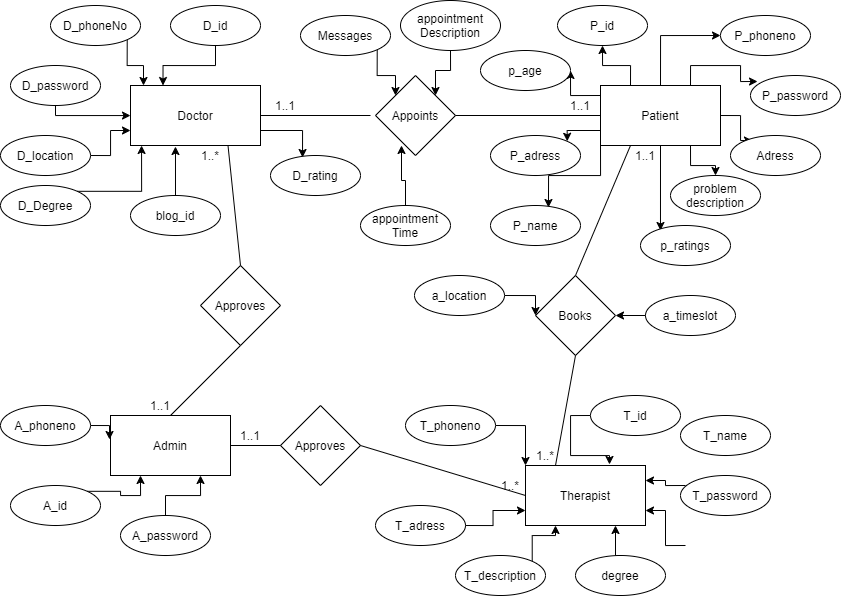
The draw.io diagram Untitled Diagram.png in PlabonKumarsaha/Autism_Care, before a commit. Source tidied: cells renumbered, new cells last; positions are measured from the earlier drawing's top-left corner, leaving out a move shared by most shapes. The source it was exported from:
```xml
<mxGraphModel>
  <root>
    <mxCell id="0" />
    <mxCell id="1" parent="0" />
    <mxCell id="2" style="edgeStyle=orthogonalEdgeStyle;rounded=0;jettySize=auto;html=1;exitX=1;exitY=0.75;exitDx=0;exitDy=0;entryX=0.356;entryY=0.05;entryDx=0;entryDy=0;entryPerimeter=0;" parent="1" edge="1" source="3" target="30">
      <mxGeometry relative="1" as="geometry" />
    </mxCell>
    <mxCell id="3" value="Doctor" style="rounded=0;whiteSpace=wrap;html=1;" parent="1" vertex="1">
      <mxGeometry x="130" y="85" width="130" height="60" as="geometry" />
    </mxCell>
    <mxCell id="4" style="edgeStyle=orthogonalEdgeStyle;rounded=0;jettySize=auto;html=1;exitX=0.25;exitY=0;exitDx=0;exitDy=0;entryX=0.5;entryY=1;entryDx=0;entryDy=0;" parent="1" edge="1" source="12" target="40">
      <mxGeometry relative="1" as="geometry" />
    </mxCell>
    <mxCell id="5" style="edgeStyle=orthogonalEdgeStyle;rounded=0;jettySize=auto;html=1;exitX=0.5;exitY=0;exitDx=0;exitDy=0;entryX=0;entryY=0.5;entryDx=0;entryDy=0;" parent="1" edge="1" source="12" target="45">
      <mxGeometry relative="1" as="geometry" />
    </mxCell>
    <mxCell id="6" style="edgeStyle=orthogonalEdgeStyle;rounded=0;jettySize=auto;html=1;exitX=0.75;exitY=0;exitDx=0;exitDy=0;entryX=0.078;entryY=0.15;entryDx=0;entryDy=0;entryPerimeter=0;" parent="1" edge="1" source="12" target="44">
      <mxGeometry relative="1" as="geometry" />
    </mxCell>
    <mxCell id="7" style="edgeStyle=orthogonalEdgeStyle;rounded=0;jettySize=auto;html=1;exitX=1;exitY=0.5;exitDx=0;exitDy=0;entryX=0.244;entryY=0.125;entryDx=0;entryDy=0;entryPerimeter=0;" parent="1" edge="1" source="12" target="46">
      <mxGeometry relative="1" as="geometry" />
    </mxCell>
    <mxCell id="8" style="edgeStyle=orthogonalEdgeStyle;rounded=0;jettySize=auto;html=1;exitX=0.75;exitY=1;exitDx=0;exitDy=0;" parent="1" edge="1" source="12" target="43">
      <mxGeometry relative="1" as="geometry" />
    </mxCell>
    <mxCell id="9" style="edgeStyle=orthogonalEdgeStyle;rounded=0;jettySize=auto;html=1;exitX=0.5;exitY=1;exitDx=0;exitDy=0;entryX=0.222;entryY=0.125;entryDx=0;entryDy=0;entryPerimeter=0;" parent="1" edge="1" source="12" target="48">
      <mxGeometry relative="1" as="geometry" />
    </mxCell>
    <mxCell id="10" style="edgeStyle=orthogonalEdgeStyle;rounded=0;jettySize=auto;html=1;exitX=0;exitY=0.75;exitDx=0;exitDy=0;entryX=1;entryY=0;entryDx=0;entryDy=0;" parent="1" edge="1" source="12" target="47">
      <mxGeometry relative="1" as="geometry" />
    </mxCell>
    <mxCell id="11" style="edgeStyle=orthogonalEdgeStyle;rounded=0;jettySize=auto;html=1;exitX=0;exitY=1;exitDx=0;exitDy=0;entryX=0.644;entryY=0.05;entryDx=0;entryDy=0;entryPerimeter=0;" parent="1" edge="1" source="12" target="42">
      <mxGeometry relative="1" as="geometry" />
    </mxCell>
    <mxCell id="12" value="Patient" style="rounded=0;whiteSpace=wrap;html=1;" parent="1" vertex="1">
      <mxGeometry x="600" y="85" width="120" height="60" as="geometry" />
    </mxCell>
    <mxCell id="13" value="Admin" style="rounded=0;whiteSpace=wrap;html=1;" parent="1" vertex="1">
      <mxGeometry x="110" y="415" width="120" height="60" as="geometry" />
    </mxCell>
    <mxCell id="14" value="Therapist" style="rounded=0;whiteSpace=wrap;html=1;" parent="1" vertex="1">
      <mxGeometry x="525" y="465" width="120" height="60" as="geometry" />
    </mxCell>
    <mxCell id="15" value="Appoints" style="rhombus;whiteSpace=wrap;html=1;" parent="1" vertex="1">
      <mxGeometry x="375" y="75" width="80" height="80" as="geometry" />
    </mxCell>
    <mxCell id="16" style="endArrow=none;html=1;exitX=1;exitY=0.5;exitDx=0;exitDy=0;" parent="1" edge="1" source="3">
      <mxGeometry relative="1" as="geometry">
        <mxPoint x="370" y="115" as="targetPoint" />
      </mxGeometry>
    </mxCell>
    <mxCell id="17" style="endArrow=none;html=1;exitX=1;exitY=0.5;exitDx=0;exitDy=0;entryX=0;entryY=0.5;entryDx=0;entryDy=0;" parent="1" edge="1" source="15" target="12">
      <mxGeometry relative="1" as="geometry" />
    </mxCell>
    <mxCell id="18" style="edgeStyle=orthogonalEdgeStyle;rounded=0;jettySize=auto;html=1;exitX=1;exitY=1;exitDx=0;exitDy=0;entryX=0.1;entryY=0;entryDx=0;entryDy=0;entryPerimeter=0;" parent="1" edge="1" source="19" target="3">
      <mxGeometry relative="1" as="geometry" />
    </mxCell>
    <mxCell id="19" value="D_phoneNo" style="ellipse;whiteSpace=wrap;html=1;" parent="1" vertex="1">
      <mxGeometry x="50" y="5" width="90" height="40" as="geometry" />
    </mxCell>
    <mxCell id="20" style="edgeStyle=orthogonalEdgeStyle;rounded=0;jettySize=auto;html=1;exitX=0.5;exitY=1;exitDx=0;exitDy=0;entryX=0.25;entryY=0;entryDx=0;entryDy=0;" parent="1" edge="1" source="21" target="3">
      <mxGeometry relative="1" as="geometry" />
    </mxCell>
    <mxCell id="21" value="D_id" style="ellipse;whiteSpace=wrap;html=1;" parent="1" vertex="1">
      <mxGeometry x="170" y="5" width="90" height="40" as="geometry" />
    </mxCell>
    <mxCell id="22" style="edgeStyle=orthogonalEdgeStyle;rounded=0;jettySize=auto;html=1;exitX=0.5;exitY=1;exitDx=0;exitDy=0;" parent="1" edge="1" source="23" target="3">
      <mxGeometry relative="1" as="geometry">
        <Array as="points">
          <mxPoint x="55" y="115" />
        </Array>
      </mxGeometry>
    </mxCell>
    <mxCell id="23" value="D_password" style="ellipse;whiteSpace=wrap;html=1;" parent="1" vertex="1">
      <mxGeometry x="10" y="65" width="90" height="40" as="geometry" />
    </mxCell>
    <mxCell id="24" style="edgeStyle=orthogonalEdgeStyle;rounded=0;jettySize=auto;html=1;exitX=1;exitY=0.5;exitDx=0;exitDy=0;entryX=0;entryY=0.75;entryDx=0;entryDy=0;" parent="1" edge="1" source="25" target="3">
      <mxGeometry relative="1" as="geometry" />
    </mxCell>
    <mxCell id="25" value="D_location&lt;span style=&quot;color: rgba(0 , 0 , 0 , 0) ; font-family: monospace ; font-size: 0px ; white-space: nowrap&quot;&gt;%3CmxGraphModel%3E%3Croot%3E%3CmxCell%20id%3D%220%22%2F%3E%3CmxCell%20id%3D%221%22%20parent%3D%220%22%2F%3E%3CmxCell%20id%3D%222%22%20value%3D%22%22%20style%3D%22ellipse%3BwhiteSpace%3Dwrap%3Bhtml%3D1%3B%22%20vertex%3D%221%22%20parent%3D%221%22%3E%3CmxGeometry%20x%3D%2250%22%20y%3D%2220%22%20width%3D%2290%22%20height%3D%2240%22%20as%3D%22geometry%22%2F%3E%3C%2FmxCell%3E%3C%2Froot%3E%3C%2FmxGraphModel%3E&lt;/span&gt;" style="ellipse;whiteSpace=wrap;html=1;" parent="1" vertex="1">
      <mxGeometry y="135" width="90" height="40" as="geometry" />
    </mxCell>
    <mxCell id="26" style="edgeStyle=orthogonalEdgeStyle;rounded=0;jettySize=auto;html=1;exitX=1;exitY=0;exitDx=0;exitDy=0;entryX=0.085;entryY=1;entryDx=0;entryDy=0;entryPerimeter=0;" parent="1" edge="1" source="27" target="3">
      <mxGeometry relative="1" as="geometry" />
    </mxCell>
    <mxCell id="27" value="D_Degree" style="ellipse;whiteSpace=wrap;html=1;" parent="1" vertex="1">
      <mxGeometry y="185" width="90" height="40" as="geometry" />
    </mxCell>
    <mxCell id="28" style="edgeStyle=orthogonalEdgeStyle;rounded=0;jettySize=auto;html=1;exitX=0.5;exitY=0;exitDx=0;exitDy=0;entryX=0.346;entryY=1.017;entryDx=0;entryDy=0;entryPerimeter=0;" parent="1" edge="1" source="29" target="3">
      <mxGeometry relative="1" as="geometry" />
    </mxCell>
    <mxCell id="29" value="blog_id" style="ellipse;whiteSpace=wrap;html=1;" parent="1" vertex="1">
      <mxGeometry x="130" y="195" width="90" height="40" as="geometry" />
    </mxCell>
    <mxCell id="30" value="D_rating" style="ellipse;whiteSpace=wrap;html=1;" parent="1" vertex="1">
      <mxGeometry x="270" y="155" width="90" height="40" as="geometry" />
    </mxCell>
    <mxCell id="31" style="edgeStyle=orthogonalEdgeStyle;rounded=0;jettySize=auto;html=1;exitX=1;exitY=1;exitDx=0;exitDy=0;entryX=0;entryY=0;entryDx=0;entryDy=0;" parent="1" edge="1" source="32" target="15">
      <mxGeometry relative="1" as="geometry" />
    </mxCell>
    <mxCell id="32" value="Messages" style="ellipse;whiteSpace=wrap;html=1;" parent="1" vertex="1">
      <mxGeometry x="300" y="15" width="90" height="40" as="geometry" />
    </mxCell>
    <mxCell id="33" style="edgeStyle=orthogonalEdgeStyle;rounded=0;jettySize=auto;html=1;exitX=0.5;exitY=0;exitDx=0;exitDy=0;entryX=0.325;entryY=0.875;entryDx=0;entryDy=0;entryPerimeter=0;" parent="1" edge="1" source="34" target="15">
      <mxGeometry relative="1" as="geometry" />
    </mxCell>
    <mxCell id="34" value="appointment Time" style="ellipse;whiteSpace=wrap;html=1;" parent="1" vertex="1">
      <mxGeometry x="360" y="205" width="90" height="40" as="geometry" />
    </mxCell>
    <mxCell id="35" style="edgeStyle=orthogonalEdgeStyle;rounded=0;jettySize=auto;html=1;exitX=0.5;exitY=1;exitDx=0;exitDy=0;entryX=1;entryY=0;entryDx=0;entryDy=0;" parent="1" edge="1" source="36" target="15">
      <mxGeometry relative="1" as="geometry" />
    </mxCell>
    <mxCell id="36" value="appointment&lt;br&gt;Description" style="ellipse;whiteSpace=wrap;html=1;" parent="1" vertex="1">
      <mxGeometry x="400" width="100" height="50" as="geometry" />
    </mxCell>
    <mxCell id="37" value="1..1" style="text;html=1;strokeColor=none;fillColor=none;align=center;verticalAlign=middle;whiteSpace=wrap;rounded=0;" parent="1" vertex="1">
      <mxGeometry x="265" y="95" width="40" height="20" as="geometry" />
    </mxCell>
    <mxCell id="38" style="edgeStyle=orthogonalEdgeStyle;rounded=0;jettySize=auto;html=1;exitX=1;exitY=0;exitDx=0;exitDy=0;entryX=1;entryY=0.5;entryDx=0;entryDy=0;" parent="1" edge="1" source="39" target="41">
      <mxGeometry relative="1" as="geometry" />
    </mxCell>
    <mxCell id="39" value="1..1" style="text;html=1;strokeColor=none;fillColor=none;align=center;verticalAlign=middle;whiteSpace=wrap;rounded=0;" parent="1" vertex="1">
      <mxGeometry x="560" y="95" width="40" height="20" as="geometry" />
    </mxCell>
    <mxCell id="40" value="P_id" style="ellipse;whiteSpace=wrap;html=1;" parent="1" vertex="1">
      <mxGeometry x="557" y="5" width="90" height="40" as="geometry" />
    </mxCell>
    <mxCell id="41" value="p_age&lt;span style=&quot;color: rgba(0 , 0 , 0 , 0) ; font-family: monospace ; font-size: 0px ; white-space: nowrap&quot;&gt;%3CmxGraphModel%3E%3Croot%3E%3CmxCell%20id%3D%220%22%2F%3E%3CmxCell%20id%3D%221%22%20parent%3D%220%22%2F%3E%3CmxCell%20id%3D%222%22%20value%3D%22%22%20style%3D%22ellipse%3BwhiteSpace%3Dwrap%3Bhtml%3D1%3B%22%20vertex%3D%221%22%20parent%3D%221%22%3E%3CmxGeometry%20x%3D%2250%22%20y%3D%2220%22%20width%3D%2290%22%20height%3D%2240%22%20as%3D%22geometry%22%2F%3E%3C%2FmxCell%3E%3C%2Froot%3E%3C%2FmxGraphModel%3E&lt;/span&gt;" style="ellipse;whiteSpace=wrap;html=1;" parent="1" vertex="1">
      <mxGeometry x="480" y="50" width="90" height="40" as="geometry" />
    </mxCell>
    <mxCell id="42" value="P_name" style="ellipse;whiteSpace=wrap;html=1;" parent="1" vertex="1">
      <mxGeometry x="490" y="205" width="90" height="40" as="geometry" />
    </mxCell>
    <mxCell id="43" value="problem description" style="ellipse;whiteSpace=wrap;html=1;" parent="1" vertex="1">
      <mxGeometry x="670" y="175" width="90" height="40" as="geometry" />
    </mxCell>
    <mxCell id="44" value="P_password" style="ellipse;whiteSpace=wrap;html=1;" parent="1" vertex="1">
      <mxGeometry x="750" y="75" width="90" height="40" as="geometry" />
    </mxCell>
    <mxCell id="45" value="P_phoneno" style="ellipse;whiteSpace=wrap;html=1;" parent="1" vertex="1">
      <mxGeometry x="720" y="15" width="90" height="40" as="geometry" />
    </mxCell>
    <mxCell id="46" value="Adress" style="ellipse;whiteSpace=wrap;html=1;" parent="1" vertex="1">
      <mxGeometry x="730" y="135" width="90" height="40" as="geometry" />
    </mxCell>
    <mxCell id="47" value="P_adress" style="ellipse;whiteSpace=wrap;html=1;" parent="1" vertex="1">
      <mxGeometry x="490" y="135" width="90" height="40" as="geometry" />
    </mxCell>
    <mxCell id="48" value="p_ratings" style="ellipse;whiteSpace=wrap;html=1;" parent="1" vertex="1">
      <mxGeometry x="640" y="225" width="90" height="40" as="geometry" />
    </mxCell>
    <mxCell id="49" value="Books" style="rhombus;whiteSpace=wrap;html=1;" parent="1" vertex="1">
      <mxGeometry x="535" y="275" width="80" height="80" as="geometry" />
    </mxCell>
    <mxCell id="50" style="edgeStyle=orthogonalEdgeStyle;rounded=0;jettySize=auto;html=1;exitX=1;exitY=0;exitDx=0;exitDy=0;entryX=0.25;entryY=1;entryDx=0;entryDy=0;" parent="1" edge="1" source="51" target="14">
      <mxGeometry relative="1" as="geometry" />
    </mxCell>
    <mxCell id="51" value="T_description" style="ellipse;whiteSpace=wrap;html=1;" parent="1" vertex="1">
      <mxGeometry x="455" y="555" width="90" height="40" as="geometry" />
    </mxCell>
    <mxCell id="52" style="edgeStyle=orthogonalEdgeStyle;rounded=0;jettySize=auto;html=1;exitX=0.5;exitY=0;exitDx=0;exitDy=0;entryX=0.75;entryY=1;entryDx=0;entryDy=0;" parent="1" edge="1" source="53" target="14">
      <mxGeometry relative="1" as="geometry" />
    </mxCell>
    <mxCell id="53" value="degree" style="ellipse;whiteSpace=wrap;html=1;" parent="1" vertex="1">
      <mxGeometry x="575" y="555" width="90" height="40" as="geometry" />
    </mxCell>
    <mxCell id="54" style="edgeStyle=orthogonalEdgeStyle;rounded=0;jettySize=auto;html=1;exitX=0;exitY=0.5;exitDx=0;exitDy=0;entryX=1;entryY=0.25;entryDx=0;entryDy=0;" parent="1" edge="1" target="14">
      <mxGeometry relative="1" as="geometry">
        <mxPoint x="685" y="485" as="sourcePoint" />
      </mxGeometry>
    </mxCell>
    <mxCell id="55" value="T_name" style="ellipse;whiteSpace=wrap;html=1;" parent="1" vertex="1">
      <mxGeometry x="680" y="415" width="90" height="40" as="geometry" />
    </mxCell>
    <mxCell id="56" style="edgeStyle=orthogonalEdgeStyle;rounded=0;jettySize=auto;html=1;exitX=0;exitY=0.5;exitDx=0;exitDy=0;entryX=0.7;entryY=-0.017;entryDx=0;entryDy=0;entryPerimeter=0;" parent="1" edge="1" source="57" target="14">
      <mxGeometry relative="1" as="geometry" />
    </mxCell>
    <mxCell id="57" value="T_id" style="ellipse;whiteSpace=wrap;html=1;" parent="1" vertex="1">
      <mxGeometry x="590" y="395" width="90" height="40" as="geometry" />
    </mxCell>
    <mxCell id="58" style="edgeStyle=orthogonalEdgeStyle;rounded=0;jettySize=auto;html=1;exitX=1;exitY=0.5;exitDx=0;exitDy=0;entryX=0;entryY=0.75;entryDx=0;entryDy=0;" parent="1" edge="1" target="14">
      <mxGeometry relative="1" as="geometry">
        <mxPoint x="460" y="525" as="sourcePoint" />
      </mxGeometry>
    </mxCell>
    <mxCell id="59" value="T_adress" style="ellipse;whiteSpace=wrap;html=1;" parent="1" vertex="1">
      <mxGeometry x="375" y="505" width="90" height="40" as="geometry" />
    </mxCell>
    <mxCell id="60" style="edgeStyle=orthogonalEdgeStyle;rounded=0;jettySize=auto;html=1;exitX=1;exitY=0.5;exitDx=0;exitDy=0;entryX=0;entryY=0;entryDx=0;entryDy=0;" parent="1" edge="1" source="61" target="14">
      <mxGeometry relative="1" as="geometry" />
    </mxCell>
    <mxCell id="61" value="T_phoneno&lt;span style=&quot;color: rgba(0 , 0 , 0 , 0) ; font-family: monospace ; font-size: 0px ; white-space: nowrap&quot;&gt;%3CmxGraphModel%3E%3Croot%3E%3CmxCell%20id%3D%220%22%2F%3E%3CmxCell%20id%3D%221%22%20parent%3D%220%22%2F%3E%3CmxCell%20id%3D%222%22%20value%3D%22%22%20style%3D%22ellipse%3BwhiteSpace%3Dwrap%3Bhtml%3D1%3B%22%20vertex%3D%221%22%20parent%3D%221%22%3E%3CmxGeometry%20x%3D%2250%22%20y%3D%2220%22%20width%3D%2290%22%20height%3D%2240%22%20as%3D%22geometry%22%2F%3E%3C%2FmxCell%3E%3C%2Froot%3E%3C%2FmxGraphModel%3E&lt;/span&gt;" style="ellipse;whiteSpace=wrap;html=1;" parent="1" vertex="1">
      <mxGeometry x="405" y="405" width="90" height="40" as="geometry" />
    </mxCell>
    <mxCell id="62" style="edgeStyle=orthogonalEdgeStyle;rounded=0;jettySize=auto;html=1;exitX=0;exitY=0.5;exitDx=0;exitDy=0;entryX=1;entryY=0.75;entryDx=0;entryDy=0;" parent="1" edge="1" target="14">
      <mxGeometry relative="1" as="geometry">
        <mxPoint x="685" y="545" as="sourcePoint" />
      </mxGeometry>
    </mxCell>
    <mxCell id="63" value="T_password" style="ellipse;whiteSpace=wrap;html=1;" parent="1" vertex="1">
      <mxGeometry x="680" y="475" width="90" height="40" as="geometry" />
    </mxCell>
    <mxCell id="64" style="endArrow=none;html=1;entryX=0.5;entryY=1;entryDx=0;entryDy=0;exitX=0.25;exitY=0;exitDx=0;exitDy=0;" parent="1" edge="1" source="14" target="49">
      <mxGeometry relative="1" as="geometry" />
    </mxCell>
    <mxCell id="65" style="endArrow=none;html=1;exitX=0.5;exitY=0;exitDx=0;exitDy=0;entryX=0.25;entryY=1;entryDx=0;entryDy=0;" parent="1" edge="1" source="49" target="12">
      <mxGeometry relative="1" as="geometry" />
    </mxCell>
    <mxCell id="66" style="edgeStyle=orthogonalEdgeStyle;rounded=0;jettySize=auto;html=1;exitX=0;exitY=0.5;exitDx=0;exitDy=0;entryX=1;entryY=0.5;entryDx=0;entryDy=0;" parent="1" edge="1" source="67" target="49">
      <mxGeometry relative="1" as="geometry" />
    </mxCell>
    <mxCell id="67" value="a_timeslot" style="ellipse;whiteSpace=wrap;html=1;" parent="1" vertex="1">
      <mxGeometry x="645" y="295" width="90" height="40" as="geometry" />
    </mxCell>
    <mxCell id="68" style="edgeStyle=orthogonalEdgeStyle;rounded=0;jettySize=auto;html=1;exitX=1;exitY=0.5;exitDx=0;exitDy=0;entryX=0;entryY=0.5;entryDx=0;entryDy=0;" parent="1" edge="1" source="69" target="49">
      <mxGeometry relative="1" as="geometry" />
    </mxCell>
    <mxCell id="69" value="a_location" style="ellipse;whiteSpace=wrap;html=1;" parent="1" vertex="1">
      <mxGeometry x="414" y="275" width="90" height="40" as="geometry" />
    </mxCell>
    <mxCell id="70" style="edgeStyle=orthogonalEdgeStyle;rounded=0;jettySize=auto;html=1;exitX=1;exitY=0.5;exitDx=0;exitDy=0;entryX=-0.008;entryY=0.4;entryDx=0;entryDy=0;entryPerimeter=0;" parent="1" edge="1" source="71" target="13">
      <mxGeometry relative="1" as="geometry" />
    </mxCell>
    <mxCell id="71" value="A_phoneno" style="ellipse;whiteSpace=wrap;html=1;" parent="1" vertex="1">
      <mxGeometry y="405" width="90" height="40" as="geometry" />
    </mxCell>
    <mxCell id="72" style="edgeStyle=orthogonalEdgeStyle;rounded=0;jettySize=auto;html=1;exitX=1;exitY=0;exitDx=0;exitDy=0;entryX=0.25;entryY=1;entryDx=0;entryDy=0;" parent="1" edge="1" source="73" target="13">
      <mxGeometry relative="1" as="geometry" />
    </mxCell>
    <mxCell id="73" value="A_id" style="ellipse;whiteSpace=wrap;html=1;" parent="1" vertex="1">
      <mxGeometry x="10" y="485" width="90" height="40" as="geometry" />
    </mxCell>
    <mxCell id="74" style="edgeStyle=orthogonalEdgeStyle;rounded=0;jettySize=auto;html=1;exitX=0.5;exitY=0;exitDx=0;exitDy=0;entryX=0.75;entryY=1;entryDx=0;entryDy=0;" parent="1" edge="1" source="75" target="13">
      <mxGeometry relative="1" as="geometry" />
    </mxCell>
    <mxCell id="75" value="A_password" style="ellipse;whiteSpace=wrap;html=1;" parent="1" vertex="1">
      <mxGeometry x="120" y="515" width="90" height="40" as="geometry" />
    </mxCell>
    <mxCell id="76" value="Approves" style="rhombus;whiteSpace=wrap;html=1;" parent="1" vertex="1">
      <mxGeometry x="200" y="265" width="80" height="80" as="geometry" />
    </mxCell>
    <mxCell id="77" style="endArrow=none;html=1;entryX=0.75;entryY=1;entryDx=0;entryDy=0;exitX=0.5;exitY=0;exitDx=0;exitDy=0;" parent="1" edge="1" source="76" target="3">
      <mxGeometry relative="1" as="geometry" />
    </mxCell>
    <mxCell id="78" style="endArrow=none;html=1;entryX=0.5;entryY=1;entryDx=0;entryDy=0;exitX=0.5;exitY=0;exitDx=0;exitDy=0;" parent="1" edge="1" source="13" target="76">
      <mxGeometry relative="1" as="geometry" />
    </mxCell>
    <mxCell id="79" value="Approves" style="rhombus;whiteSpace=wrap;html=1;" parent="1" vertex="1">
      <mxGeometry x="280" y="405" width="80" height="80" as="geometry" />
    </mxCell>
    <mxCell id="80" style="endArrow=none;html=1;exitX=1;exitY=0.5;exitDx=0;exitDy=0;entryX=0;entryY=0.5;entryDx=0;entryDy=0;" parent="1" edge="1" source="79" target="14">
      <mxGeometry relative="1" as="geometry" />
    </mxCell>
    <mxCell id="81" style="endArrow=none;html=1;entryX=0;entryY=0.5;entryDx=0;entryDy=0;exitX=1;exitY=0.5;exitDx=0;exitDy=0;" parent="1" edge="1" source="13" target="79">
      <mxGeometry relative="1" as="geometry" />
    </mxCell>
    <mxCell id="82" value="1..1" style="text;html=1;strokeColor=none;fillColor=none;align=center;verticalAlign=middle;whiteSpace=wrap;rounded=0;" parent="1" vertex="1">
      <mxGeometry x="230" y="425" width="40" height="20" as="geometry" />
    </mxCell>
    <mxCell id="83" value="1..*" style="text;html=1;strokeColor=none;fillColor=none;align=center;verticalAlign=middle;whiteSpace=wrap;rounded=0;" parent="1" vertex="1">
      <mxGeometry x="490" y="475" width="40" height="20" as="geometry" />
    </mxCell>
    <mxCell id="84" value="1..*" style="text;html=1;strokeColor=none;fillColor=none;align=center;verticalAlign=middle;whiteSpace=wrap;rounded=0;" parent="1" vertex="1">
      <mxGeometry x="525" y="445" width="40" height="20" as="geometry" />
    </mxCell>
    <mxCell id="85" value="1..1" style="text;html=1;strokeColor=none;fillColor=none;align=center;verticalAlign=middle;whiteSpace=wrap;rounded=0;" parent="1" vertex="1">
      <mxGeometry x="625" y="145" width="40" height="20" as="geometry" />
    </mxCell>
    <mxCell id="86" value="1..1" style="text;html=1;strokeColor=none;fillColor=none;align=center;verticalAlign=middle;whiteSpace=wrap;rounded=0;" parent="1" vertex="1">
      <mxGeometry x="140" y="395" width="40" height="20" as="geometry" />
    </mxCell>
    <mxCell id="87" value="1..*" style="text;html=1;strokeColor=none;fillColor=none;align=center;verticalAlign=middle;whiteSpace=wrap;rounded=0;" parent="1" vertex="1">
      <mxGeometry x="190" y="145" width="40" height="20" as="geometry" />
    </mxCell>
  </root>
</mxGraphModel>
```
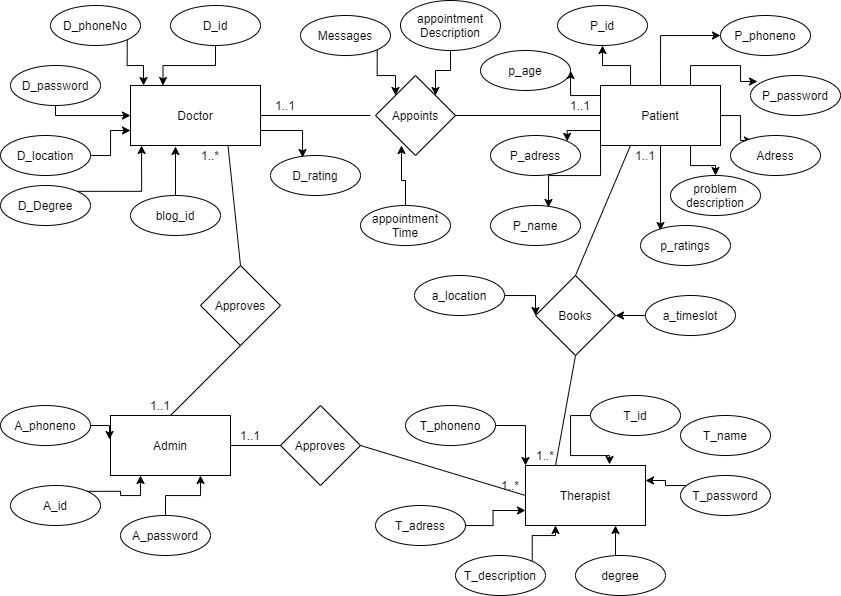
Above is the later version.

Change to the diagram source:
```diff
@@ -192,11 +192,6 @@
     <mxCell id="61" value="T_phoneno&lt;span style=&quot;color: rgba(0 , 0 , 0 , 0) ; font-family: monospace ; font-size: 0px ; white-space: nowrap&quot;&gt;%3CmxGraphModel%3E%3Croot%3E%3CmxCell%20id%3D%220%22%2F%3E%3CmxCell%20id%3D%221%22%20parent%3D%220%22%2F%3E%3CmxCell%20id%3D%222%22%20value%3D%22%22%20style%3D%22ellipse%3BwhiteSpace%3Dwrap%3Bhtml%3D1%3B%22%20vertex%3D%221%22%20parent%3D%221%22%3E%3CmxGeometry%20x%3D%2250%22%20y%3D%2220%22%20width%3D%2290%22%20height%3D%2240%22%20as%3D%22geometry%22%2F%3E%3C%2FmxCell%3E%3C%2Froot%3E%3C%2FmxGraphModel%3E&lt;/span&gt;" style="ellipse;whiteSpace=wrap;html=1;" parent="1" vertex="1">
       <mxGeometry x="405" y="405" width="90" height="40" as="geometry" />
     </mxCell>
-    <mxCell id="62" style="edgeStyle=orthogonalEdgeStyle;rounded=0;jettySize=auto;html=1;exitX=0;exitY=0.5;exitDx=0;exitDy=0;entryX=1;entryY=0.75;entryDx=0;entryDy=0;" parent="1" edge="1" target="14">
-      <mxGeometry relative="1" as="geometry">
-        <mxPoint x="685" y="545" as="sourcePoint" />
-      </mxGeometry>
-    </mxCell>
     <mxCell id="63" value="T_password" style="ellipse;whiteSpace=wrap;html=1;" parent="1" vertex="1">
       <mxGeometry x="680" y="475" width="90" height="40" as="geometry" />
     </mxCell>
```
